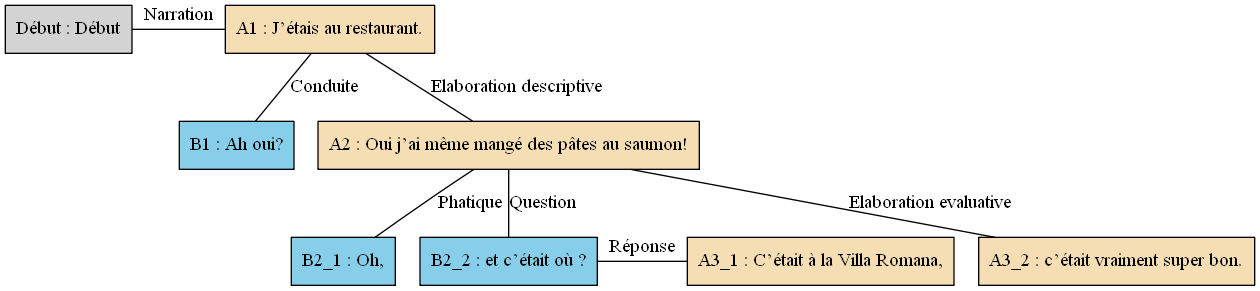
Before: arbres/Bac_a_sable/Bac_a_sable_-_A10.gv.png, a diagram exported from Graphviz (AlaixComet/AnnotationSlamPTut). Its source is kept beside it as arbres/Bac_a_sable/Bac_a_sable_-_A10.gv.
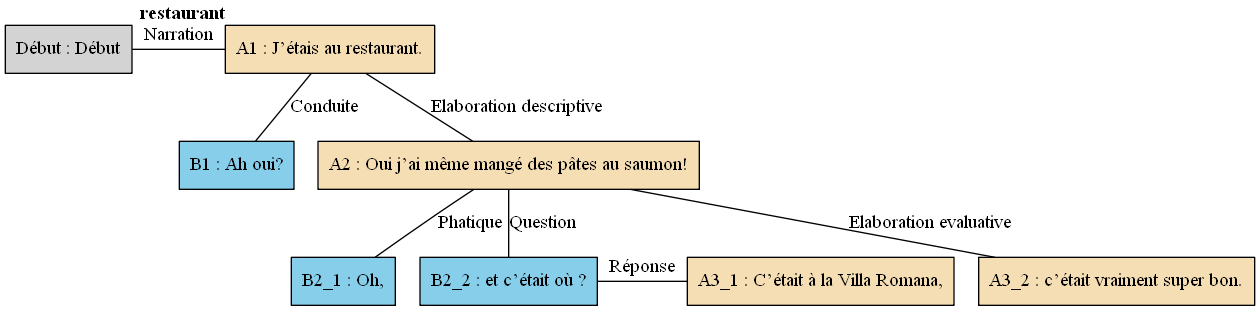
The same file after the commit.

Change to the diagram source:
```diff
@@ -1,13 +1,13 @@
 digraph A10 {
 	node [shape=box style=filled]
-	"Début" [label="Début : Début"]
-	A1 [label="A1 : J’étais au restaurant." fillcolor=wheat]
-	B1 [label="B1 : Ah oui?" fillcolor=skyblue]
-	A2 [label="A2 : Oui j’ai même mangé des pâtes au saumon!" fillcolor=wheat]
-	B2_1 [label="B2_1 : Oh," fillcolor=skyblue]
-	B2_2 [label="B2_2 : et c’était où ?" fillcolor=skyblue]
-	A3_1 [label="A3_1 : C’était à la Villa Romana," fillcolor=wheat]
-	A3_2 [label="A3_2 : c’était vraiment super bon." fillcolor=wheat]
+	"Début" [label="Début : Début" xlabel=""]
+	A1 [label="A1 : J’étais au restaurant." fillcolor=wheat xlabel=<<B>restaurant</B>>]
+	B1 [label="B1 : Ah oui?" fillcolor=skyblue xlabel=""]
+	A2 [label="A2 : Oui j’ai même mangé des pâtes au saumon!" fillcolor=wheat xlabel=""]
+	B2_1 [label="B2_1 : Oh," fillcolor=skyblue xlabel=""]
+	B2_2 [label="B2_2 : et c’était où ?" fillcolor=skyblue xlabel=""]
+	A3_1 [label="A3_1 : C’était à la Villa Romana," fillcolor=wheat xlabel=""]
+	A3_2 [label="A3_2 : c’était vraiment super bon." fillcolor=wheat xlabel=""]
 	{
 		rank=same
 		"Début"
```
